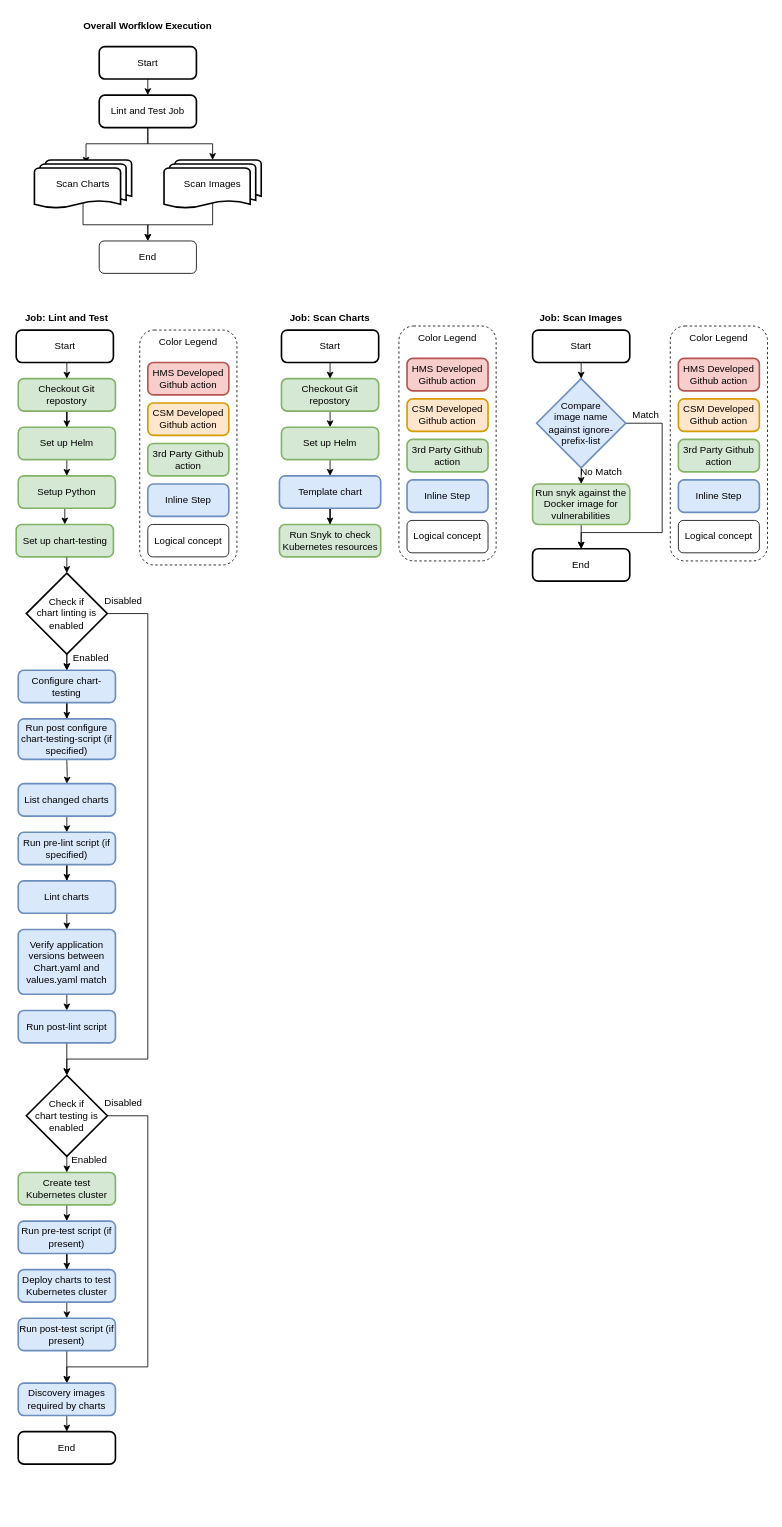
Before: docs/charts_lint_test_scan/charts_lint_test_scan.drawio in Cray-HPE/hms-build-chart-workflows, a draw.io diagram. Source tidied: cells renumbered, new cells numbered last; positions are measured from the earlier drawing's top-left corner, leaving out a move shared by most shapes. Both pictures are drawn from the tidied source at 81%, with x=0, y=0 at pixel (14, 14).
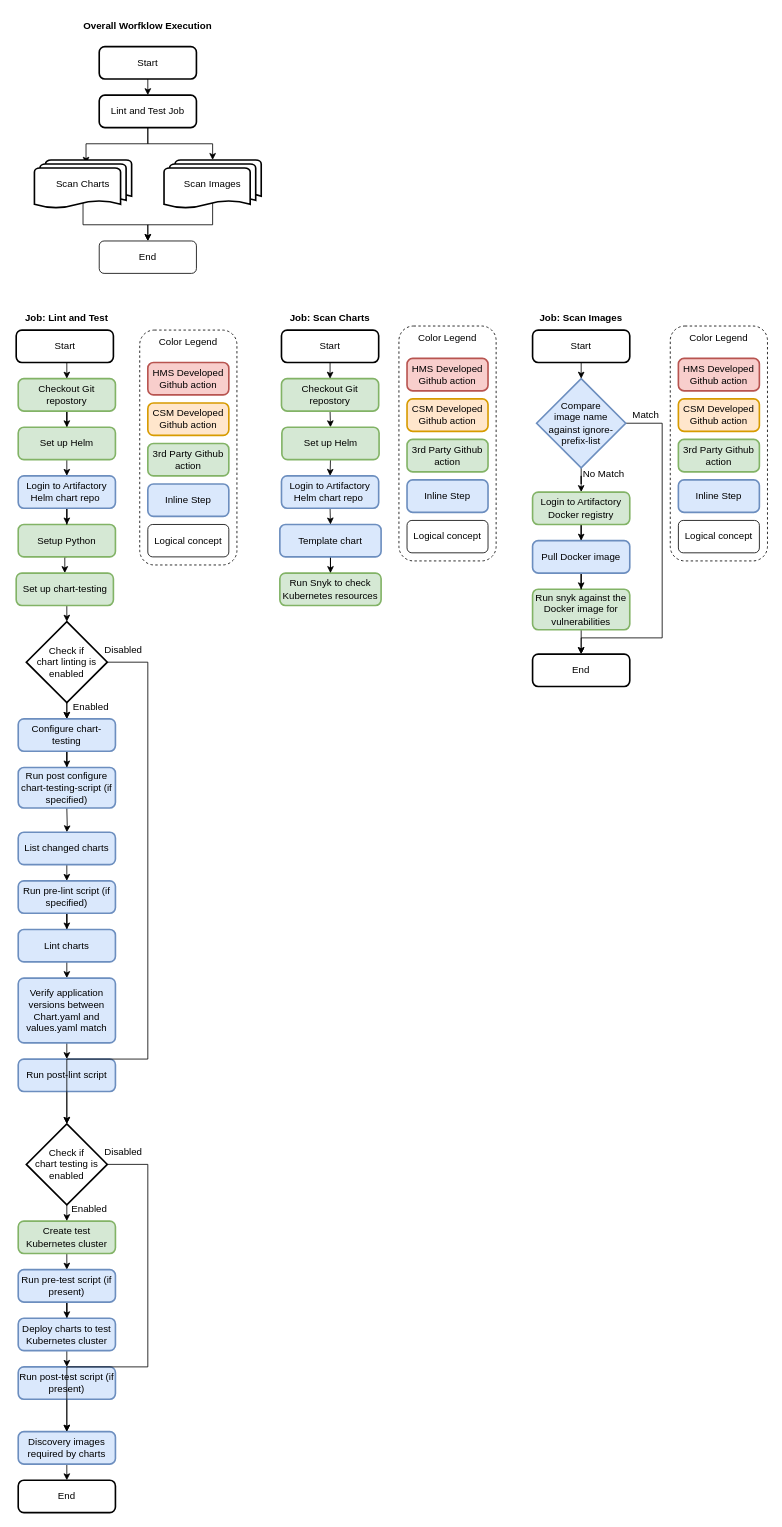
After the change.

Unchanged cells that the change refers to:
```xml
<mxCell id="5" value="Set up Helm" style="rounded=1;whiteSpace=wrap;html=1;absoluteArcSize=1;arcSize=14;strokeWidth=2;fillColor=#d5e8d4;strokeColor=#82b366;" parent="1" vertex="1">
  <mxGeometry x="5" y="510" width="120" height="40" as="geometry" />
</mxCell>
<mxCell id="64" value="Compare &lt;br&gt;image name against ignore-prefix-list" style="strokeWidth=2;html=1;shape=mxgraph.flowchart.decision;whiteSpace=wrap;fillColor=#dae8fc;strokeColor=#6c8ebf;" parent="1" vertex="1">
  <mxGeometry x="645" y="450" width="110" height="110" as="geometry" />
</mxCell>
```

Diff of the diagram source:
```diff
@@
-    <mxCell id="4" style="edgeStyle=orthogonalEdgeStyle;rounded=0;jettySize=auto;html=1;exitX=0.5;exitY=1;exitDx=0;exitDy=0;entryX=0.5;entryY=0;entryDx=0;entryDy=0;" parent="1" edge="1" source="5" target="7">
-      <mxGeometry relative="1" as="geometry" />
-    </mxCell>
+    <mxCell id="102" style="edgeStyle=orthogonalEdgeStyle;rounded=0;jettySize=auto;html=1;exitX=0.5;exitY=1;exitDx=0;exitDy=0;entryX=0.5;entryY=0;entryDx=0;entryDy=0;" parent="1" edge="1" source="5" target="106">
+      <mxGeometry relative="1" as="geometry" />
+    </mxCell>
@@
     <mxCell id="7" value="Setup Python" style="rounded=1;whiteSpace=wrap;html=1;absoluteArcSize=1;arcSize=14;strokeWidth=2;fillColor=#d5e8d4;strokeColor=#82b366;" parent="1" vertex="1">
-      <mxGeometry x="5" y="570" width="120" height="40" as="geometry" />
+      <mxGeometry x="5" y="630" width="120" height="40" as="geometry" />
     </mxCell>
     <mxCell id="8" style="edgeStyle=orthogonalEdgeStyle;rounded=0;jettySize=auto;html=1;exitX=0.5;exitY=1;exitDx=0;exitDy=0;" parent="1" edge="1" target="14">
       <mxGeometry relative="1" as="geometry">
-        <mxPoint x="65" y="920" as="sourcePoint" />
+        <mxPoint x="65" y="980" as="sourcePoint" />
       </mxGeometry>
     </mxCell>
     <mxCell id="9" style="edgeStyle=orthogonalEdgeStyle;rounded=0;jettySize=auto;html=1;exitX=0.5;exitY=1;exitDx=0;exitDy=0;entryX=0.5;entryY=0;entryDx=0;entryDy=0;" parent="1" edge="1" target="11">
       <mxGeometry relative="1" as="geometry">
-        <mxPoint x="65" y="790" as="sourcePoint" />
+        <mxPoint x="65" y="850" as="sourcePoint" />
       </mxGeometry>
     </mxCell>
@@
     <mxCell id="11" value="Configure chart-testing" style="rounded=1;whiteSpace=wrap;html=1;absoluteArcSize=1;arcSize=14;strokeWidth=2;fillColor=#dae8fc;strokeColor=#6c8ebf;" parent="1" vertex="1">
-      <mxGeometry x="5" y="810" width="120" height="40" as="geometry" />
+      <mxGeometry x="5" y="870" width="120" height="40" as="geometry" />
     </mxCell>
     <mxCell id="12" value="Run post configure chart-testing-script (if specified)" style="rounded=1;whiteSpace=wrap;html=1;absoluteArcSize=1;arcSize=14;strokeWidth=2;fillColor=#dae8fc;strokeColor=#6c8ebf;" parent="1" vertex="1">
-      <mxGeometry x="5" y="870" width="120" height="50" as="geometry" />
+      <mxGeometry x="5" y="930" width="120" height="50" as="geometry" />
     </mxCell>
@@
     <mxCell id="14" value="List changed charts" style="rounded=1;whiteSpace=wrap;html=1;absoluteArcSize=1;arcSize=14;strokeWidth=2;fillColor=#dae8fc;strokeColor=#6c8ebf;" parent="1" vertex="1">
-      <mxGeometry x="5" y="950" width="120" height="40" as="geometry" />
+      <mxGeometry x="5" y="1010" width="120" height="40" as="geometry" />
     </mxCell>
@@
     <mxCell id="16" value="Run pre-lint script (if specified)" style="rounded=1;whiteSpace=wrap;html=1;absoluteArcSize=1;arcSize=14;strokeWidth=2;fillColor=#dae8fc;strokeColor=#6c8ebf;" parent="1" vertex="1">
-      <mxGeometry x="5" y="1010" width="120" height="40" as="geometry" />
+      <mxGeometry x="5" y="1070" width="120" height="40" as="geometry" />
     </mxCell>
@@
     <mxCell id="18" value="Lint charts" style="rounded=1;whiteSpace=wrap;html=1;absoluteArcSize=1;arcSize=14;strokeWidth=2;fillColor=#dae8fc;strokeColor=#6c8ebf;" parent="1" vertex="1">
-      <mxGeometry x="5" y="1070" width="120" height="40" as="geometry" />
+      <mxGeometry x="5" y="1130" width="120" height="40" as="geometry" />
     </mxCell>
@@
     <mxCell id="20" value="Verify application versions between Chart.yaml and values.yaml match" style="rounded=1;whiteSpace=wrap;html=1;absoluteArcSize=1;arcSize=14;strokeWidth=2;fillColor=#dae8fc;strokeColor=#6c8ebf;" parent="1" vertex="1">
-      <mxGeometry x="5" y="1130" width="120" height="80" as="geometry" />
+      <mxGeometry x="5" y="1190" width="120" height="80" as="geometry" />
     </mxCell>
@@
     <mxCell id="22" value="Run post-lint script" style="rounded=1;whiteSpace=wrap;html=1;absoluteArcSize=1;arcSize=14;strokeWidth=2;fillColor=#dae8fc;strokeColor=#6c8ebf;" parent="1" vertex="1">
-      <mxGeometry x="5" y="1230" width="120" height="40" as="geometry" />
+      <mxGeometry x="5" y="1290" width="120" height="40" as="geometry" />
     </mxCell>
@@
     <mxCell id="24" value="Create test Kubernetes cluster" style="rounded=1;whiteSpace=wrap;html=1;absoluteArcSize=1;arcSize=14;strokeWidth=2;fillColor=#d5e8d4;strokeColor=#82b366;" parent="1" vertex="1">
-      <mxGeometry x="5" y="1430" width="120" height="40" as="geometry" />
+      <mxGeometry x="5" y="1490" width="120" height="40" as="geometry" />
     </mxCell>
@@
     <mxCell id="26" value="Run pre-test script (if present)" style="rounded=1;whiteSpace=wrap;html=1;absoluteArcSize=1;arcSize=14;strokeWidth=2;fillColor=#dae8fc;strokeColor=#6c8ebf;" parent="1" vertex="1">
-      <mxGeometry x="5" y="1490" width="120" height="40" as="geometry" />
+      <mxGeometry x="5" y="1550" width="120" height="40" as="geometry" />
     </mxCell>
@@
     <mxCell id="28" value="Deploy charts to test Kubernetes cluster" style="rounded=1;whiteSpace=wrap;html=1;absoluteArcSize=1;arcSize=14;strokeWidth=2;fillColor=#dae8fc;strokeColor=#6c8ebf;" parent="1" vertex="1">
-      <mxGeometry x="5" y="1550" width="120" height="40" as="geometry" />
+      <mxGeometry x="5" y="1610" width="120" height="40" as="geometry" />
     </mxCell>
@@
     <mxCell id="30" value="Run post-test script (if present)" style="rounded=1;whiteSpace=wrap;html=1;absoluteArcSize=1;arcSize=14;strokeWidth=2;fillColor=#dae8fc;strokeColor=#6c8ebf;" parent="1" vertex="1">
-      <mxGeometry x="5" y="1610" width="120" height="40" as="geometry" />
+      <mxGeometry x="5" y="1670" width="120" height="40" as="geometry" />
     </mxCell>
@@
     <mxCell id="32" value="Discovery images required by charts" style="rounded=1;whiteSpace=wrap;html=1;absoluteArcSize=1;arcSize=14;strokeWidth=2;fillColor=#dae8fc;strokeColor=#6c8ebf;" parent="1" vertex="1">
-      <mxGeometry x="5" y="1690" width="120" height="40" as="geometry" />
+      <mxGeometry x="5" y="1750" width="120" height="40" as="geometry" />
     </mxCell>
@@
     <mxCell id="34" style="edgeStyle=orthogonalEdgeStyle;rounded=0;jettySize=auto;html=1;exitX=0.5;exitY=1;exitDx=0;exitDy=0;exitPerimeter=0;entryX=0.5;entryY=0;entryDx=0;entryDy=0;" parent="1" edge="1" source="36">
       <mxGeometry relative="1" as="geometry">
-        <mxPoint x="65" y="810" as="targetPoint" />
+        <mxPoint x="65" y="870" as="targetPoint" />
       </mxGeometry>
     </mxCell>
     <mxCell id="35" style="edgeStyle=orthogonalEdgeStyle;rounded=0;jettySize=auto;html=1;exitX=1;exitY=0.5;exitDx=0;exitDy=0;exitPerimeter=0;entryX=0.5;entryY=0;entryDx=0;entryDy=0;entryPerimeter=0;" parent="1" edge="1" source="36" target="42">
       <mxGeometry relative="1" as="geometry">
         <Array as="points">
-          <mxPoint x="165" y="740" />
+          <mxPoint x="165" y="800" />
           <mxPoint x="165" y="1290" />
           <mxPoint x="65" y="1290" />
         </Array>
       </mxGeometry>
     </mxCell>
     <mxCell id="36" value="Check if &lt;br&gt;chart linting is enabled" style="strokeWidth=2;html=1;shape=mxgraph.flowchart.decision;whiteSpace=wrap;" parent="1" vertex="1">
-      <mxGeometry x="15" y="690" width="100" height="100" as="geometry" />
+      <mxGeometry x="15" y="750" width="100" height="100" as="geometry" />
     </mxCell>
     <mxCell id="37" value="Enabled" style="text;html=1;strokeColor=none;fillColor=none;align=center;verticalAlign=middle;whiteSpace=wrap;rounded=0;" parent="1" vertex="1">
-      <mxGeometry x="65" y="780" width="60" height="30" as="geometry" />
+      <mxGeometry x="65" y="840" width="60" height="30" as="geometry" />
     </mxCell>
@@
     <mxCell id="39" value="Set up chart-testing" style="rounded=1;whiteSpace=wrap;html=1;absoluteArcSize=1;arcSize=14;strokeWidth=2;fillColor=#d5e8d4;strokeColor=#82b366;" parent="1" vertex="1">
-      <mxGeometry x="2.5" y="630" width="120" height="40" as="geometry" />
+      <mxGeometry x="2.5" y="690" width="120" height="40" as="geometry" />
     </mxCell>
@@
     <mxCell id="41" style="edgeStyle=orthogonalEdgeStyle;rounded=0;jettySize=auto;html=1;exitX=1;exitY=0.5;exitDx=0;exitDy=0;exitPerimeter=0;entryX=0.5;entryY=0;entryDx=0;entryDy=0;" parent="1" edge="1" source="42" target="32">
       <mxGeometry relative="1" as="geometry">
         <Array as="points">
-          <mxPoint x="165" y="1360" />
+          <mxPoint x="165" y="1420" />
           <mxPoint x="165" y="1670" />
           <mxPoint x="65" y="1670" />
         </Array>
       </mxGeometry>
     </mxCell>
     <mxCell id="42" value="&lt;span&gt;Check if&lt;/span&gt;&lt;br&gt;&lt;span&gt;chart testing is enabled&lt;/span&gt;" style="strokeWidth=2;html=1;shape=mxgraph.flowchart.decision;whiteSpace=wrap;" parent="1" vertex="1">
-      <mxGeometry x="15" y="1310" width="100" height="100" as="geometry" />
+      <mxGeometry x="15" y="1370" width="100" height="100" as="geometry" />
     </mxCell>
     <mxCell id="43" value="Enabled" style="text;html=1;strokeColor=none;fillColor=none;align=center;verticalAlign=middle;whiteSpace=wrap;rounded=0;" parent="1" vertex="1">
-      <mxGeometry x="62.5" y="1400" width="60" height="30" as="geometry" />
+      <mxGeometry x="62.5" y="1460" width="60" height="30" as="geometry" />
     </mxCell>
     <mxCell id="44" value="Disabled" style="text;html=1;strokeColor=none;fillColor=none;align=center;verticalAlign=middle;whiteSpace=wrap;rounded=0;" parent="1" vertex="1">
-      <mxGeometry x="105" y="710" width="60" height="30" as="geometry" />
+      <mxGeometry x="105" y="770" width="60" height="30" as="geometry" />
     </mxCell>
     <mxCell id="45" value="Disabled" style="text;html=1;strokeColor=none;fillColor=none;align=center;verticalAlign=middle;whiteSpace=wrap;rounded=0;" parent="1" vertex="1">
-      <mxGeometry x="105" y="1330" width="60" height="30" as="geometry" />
+      <mxGeometry x="105" y="1390" width="60" height="30" as="geometry" />
     </mxCell>
@@
-    <mxCell id="56" style="edgeStyle=orthogonalEdgeStyle;rounded=0;jettySize=auto;html=1;exitX=0.5;exitY=1;exitDx=0;exitDy=0;entryX=0.5;entryY=0;entryDx=0;entryDy=0;" parent="1" edge="1" source="57" target="59">
-      <mxGeometry relative="1" as="geometry" />
-    </mxCell>
+    <mxCell id="103" style="edgeStyle=orthogonalEdgeStyle;rounded=0;jettySize=auto;html=1;exitX=0.5;exitY=1;exitDx=0;exitDy=0;entryX=0.5;entryY=0;entryDx=0;entryDy=0;" parent="1" edge="1" source="57" target="108">
+      <mxGeometry relative="1" as="geometry" />
+    </mxCell>
     <mxCell id="57" value="Set up Helm" style="rounded=1;whiteSpace=wrap;html=1;absoluteArcSize=1;arcSize=14;strokeWidth=2;fillColor=#d5e8d4;strokeColor=#82b366;" parent="1" vertex="1">
-      <mxGeometry x="330" y="510" width="120" height="40" as="geometry" />
+      <mxGeometry x="330.5" y="510" width="120" height="40" as="geometry" />
     </mxCell>
@@
     <mxCell id="59" value="Template chart" style="rounded=1;whiteSpace=wrap;html=1;absoluteArcSize=1;arcSize=14;strokeWidth=2;fillColor=#dae8fc;strokeColor=#6c8ebf;" parent="1" vertex="1">
-      <mxGeometry x="327.5" y="570" width="125" height="40" as="geometry" />
+      <mxGeometry x="328" y="630" width="125" height="40" as="geometry" />
     </mxCell>
     <mxCell id="60" value="Run Snyk to check Kubernetes resources" style="rounded=1;whiteSpace=wrap;html=1;absoluteArcSize=1;arcSize=14;strokeWidth=2;fillColor=#d5e8d4;strokeColor=#82b366;" parent="1" vertex="1">
-      <mxGeometry x="327.5" y="630" width="125" height="40" as="geometry" />
+      <mxGeometry x="328" y="690" width="125" height="40" as="geometry" />
     </mxCell>
@@
-    <mxCell id="62" style="edgeStyle=orthogonalEdgeStyle;rounded=0;jettySize=auto;html=1;exitX=0.5;exitY=1;exitDx=0;exitDy=0;exitPerimeter=0;entryX=0.5;entryY=0;entryDx=0;entryDy=0;" parent="1" edge="1" source="64" target="73">
-      <mxGeometry relative="1" as="geometry" />
-    </mxCell>
     <mxCell id="63" style="edgeStyle=orthogonalEdgeStyle;rounded=0;jettySize=auto;html=1;exitX=1;exitY=0.5;exitDx=0;exitDy=0;exitPerimeter=0;" parent="1" edge="1" source="64" target="74">
       <mxGeometry relative="1" as="geometry">
         <Array as="points">
           <mxPoint x="800" y="505" />
-          <mxPoint x="800" y="640" />
-          <mxPoint x="700" y="640" />
+          <mxPoint x="800" y="770" />
+          <mxPoint x="700" y="770" />
         </Array>
       </mxGeometry>
     </mxCell>
+    <mxCell id="104" style="edgeStyle=orthogonalEdgeStyle;rounded=0;jettySize=auto;html=1;" parent="1" edge="1" source="64" target="110">
+      <mxGeometry relative="1" as="geometry" />
+    </mxCell>
@@
     <mxCell id="65" value="End" style="rounded=1;whiteSpace=wrap;html=1;absoluteArcSize=1;arcSize=14;strokeWidth=2;" parent="1" vertex="1">
-      <mxGeometry x="5" y="1750" width="120" height="40" as="geometry" />
+      <mxGeometry x="5" y="1810" width="120" height="40" as="geometry" />
     </mxCell>
@@
     <mxCell id="73" value="Run snyk against the Docker image for vulnerabilities" style="rounded=1;whiteSpace=wrap;html=1;absoluteArcSize=1;arcSize=14;strokeWidth=2;fillColor=#d5e8d4;strokeColor=#82b366;" parent="1" vertex="1">
-      <mxGeometry x="640" y="580" width="120" height="50" as="geometry" />
+      <mxGeometry x="640" y="710" width="120" height="50" as="geometry" />
     </mxCell>
     <mxCell id="74" value="End" style="rounded=1;whiteSpace=wrap;html=1;absoluteArcSize=1;arcSize=14;strokeWidth=2;" parent="1" vertex="1">
-      <mxGeometry x="640" y="660" width="120" height="40" as="geometry" />
+      <mxGeometry x="640" y="790" width="120" height="40" as="geometry" />
     </mxCell>
@@
     <mxCell id="76" value="No Match" style="text;html=1;strokeColor=none;fillColor=none;align=center;verticalAlign=middle;whiteSpace=wrap;rounded=0;" parent="1" vertex="1">
-      <mxGeometry x="695" y="555" width="60" height="20" as="geometry" />
+      <mxGeometry x="698" y="558" width="60" height="20" as="geometry" />
     </mxCell>
@@
+    <mxCell id="105" style="edgeStyle=orthogonalEdgeStyle;rounded=0;jettySize=auto;html=1;exitX=0.5;exitY=1;exitDx=0;exitDy=0;" parent="1" edge="1" source="106" target="7">
+      <mxGeometry relative="1" as="geometry" />
+    </mxCell>
+    <mxCell id="106" value="Login to Artifactory Helm chart repo&amp;nbsp;" style="rounded=1;whiteSpace=wrap;html=1;absoluteArcSize=1;arcSize=14;strokeWidth=2;fillColor=#dae8fc;strokeColor=#6c8ebf;" parent="1" vertex="1">
+      <mxGeometry x="5" y="570" width="120" height="40" as="geometry" />
+    </mxCell>
+    <mxCell id="107" style="edgeStyle=orthogonalEdgeStyle;rounded=0;jettySize=auto;html=1;exitX=0.5;exitY=1;exitDx=0;exitDy=0;entryX=0.5;entryY=0;entryDx=0;entryDy=0;" parent="1" edge="1" source="108" target="59">
+      <mxGeometry relative="1" as="geometry" />
+    </mxCell>
+    <mxCell id="108" value="Login to Artifactory Helm chart repo&amp;nbsp;" style="rounded=1;whiteSpace=wrap;html=1;absoluteArcSize=1;arcSize=14;strokeWidth=2;fillColor=#dae8fc;strokeColor=#6c8ebf;" parent="1" vertex="1">
+      <mxGeometry x="330" y="570" width="120" height="40" as="geometry" />
+    </mxCell>
+    <mxCell id="109" style="edgeStyle=orthogonalEdgeStyle;rounded=0;jettySize=auto;html=1;exitX=0.5;exitY=1;exitDx=0;exitDy=0;" parent="1" edge="1" source="110" target="112">
+      <mxGeometry relative="1" as="geometry" />
+    </mxCell>
+    <mxCell id="110" value="Login to Artifactory Docker registry" style="rounded=1;whiteSpace=wrap;html=1;absoluteArcSize=1;arcSize=14;strokeWidth=2;fillColor=#d5e8d4;strokeColor=#82b366;" parent="1" vertex="1">
+      <mxGeometry x="640" y="590" width="120" height="40" as="geometry" />
+    </mxCell>
+    <mxCell id="111" style="edgeStyle=orthogonalEdgeStyle;rounded=0;jettySize=auto;html=1;exitX=0.5;exitY=1;exitDx=0;exitDy=0;" parent="1" edge="1" source="112" target="73">
+      <mxGeometry relative="1" as="geometry" />
+    </mxCell>
+    <mxCell id="112" value="Pull Docker image" style="rounded=1;whiteSpace=wrap;html=1;absoluteArcSize=1;arcSize=14;strokeWidth=2;fillColor=#dae8fc;strokeColor=#6c8ebf;" parent="1" vertex="1">
+      <mxGeometry x="640" y="650" width="120" height="40" as="geometry" />
+    </mxCell>
```
